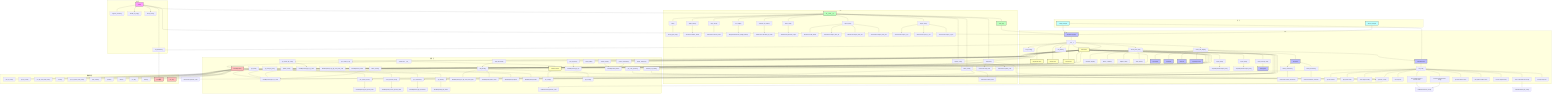
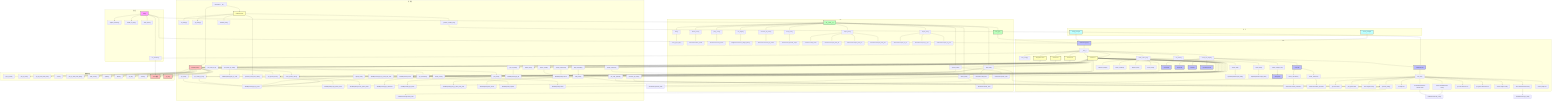
flowchart TD
    subgraph 主入口
        main["main()"] --> init_database["init_database()"]
        main --> register_services["register_services()"]
        main --> handle_cli_args["handle_cli_args()"]
        main --> show_menu["show_menu()"]
    end

    subgraph GUI
        VMTOOLPyQtApp["VMTOOLPyQtApp"] --> __init__["__init__()"]
        __init__ --> load_config["load_config()"]
        __init__ --> create_menu_bar["create_menu_bar()"]
        __init__ --> init_database
        __init__ --> DictService
        __init__ --> WeightCalculator
        __init__ --> FilterService
        __init__ --> StatsService
        __init__ --> set_theme["set_theme()"]
        __init__ --> create_tab_widget["create_tab_widget()"]

        create_menu_bar --> import_data["import_data()"]
        create_menu_bar --> export_data["export_data()"]
        create_menu_bar --> calculate_weight["calculate_weight()"]
        create_menu_bar --> detect_conflicts["detect_conflicts()"]
        create_menu_bar --> migrate_data["migrate_data()"]
        create_menu_bar --> show_about["show_about()"]

        import_data --> ImportExportTab.import_data["ImportExportTab.import_data()"]
        export_data --> ImportExportTab.export_data["ImportExportTab.export_data()"]

        create_tab_widget --> CharsTab["CharsTab"]
        create_tab_widget --> SpecialTab["SpecialTab"]
        create_tab_widget --> WordsTab["WordsTab"]
        create_tab_widget --> StatsTab["StatsTab"]
        create_tab_widget --> ImportExportTab["ImportExportTab"]
        create_tab_widget --> CodeRulesTab["CodeRulesTab"]
        create_tab_widget --> create_settings_tab["create_settings_tab()"]
        create_settings_tab --> SettingsTab["SettingsTab"]

        CharsTab --> search_characters_gui["search_characters()"]
        search_characters_gui --> DictService.search_characters

        CharsTab --> delete_character_gui["delete_character()"]
        delete_character_gui --> DictService.delete_character

        CodeRulesTab --> test_rule["test_rule()"]
        test_rule --> get_rule_content["get rule content"]
        test_rule --> get_python_mode["get python mode"]
        test_rule --> save_original_config["save original config"]
        test_rule --> save_codegen_config["save CodeGenerator config"]
        test_rule --> set_temp_rule["set temp rule"]
        test_rule --> set_codegen_custom["set CodeGenerator to custom mode"]
        test_rule --> generate_code["generate_code()"]
        test_rule --> get_rule_name["get rule name from UI"]
        test_rule --> get_ui_python_mode["get python mode from UI"]
        test_rule --> restore_original_config["restore original config"]
        test_rule --> restore_codegen_config["restore CodeGenerator config"]
        test_rule --> cleanup_temp_rule["cleanup temp rule"]
    end

    subgraph CLI
        CLI_Main["cli/__main__.py"] --> main_cli["main()"]
        main_cli --> show_typer_help["show_typer_help()"]

        CLI_Main --> add_word["add_word()"]
        CLI_Main --> delete_word["delete_word()"]
        CLI_Main --> delete_batch["delete_batch()"]
        CLI_Main --> query_word["query_word()"]
        CLI_Main --> set_weight["set_weight()"]
        CLI_Main --> replace_code["replace_code()"]
        CLI_Main --> calculate_all_codes_cli["calculate_all_codes()"]
        CLI_Main --> show_stats["show_stats()"]
        CLI_Main --> import_data_cli["import_data()"]
        CLI_Main --> export_data_cli["export_data()"]
        CLI_Main --> start_gui["start_gui()"]

        add_word --> DictService.add_word
        delete_word --> DictService.delete_word
        delete_batch --> DictService.delete_words
        query_word --> DictService.search_words
        set_weight --> WeightCalculator.set_weight_directly
        replace_code --> DictService.replace_code
        calculate_all_codes_cli --> DictService.calculate_all_codes
        show_stats --> StatsService.generate_report
        import_data_cli --> DictService.add_words
        import_data_cli --> FilterService.import_from_txt
        import_data_cli --> FilterService.import_from_csv
        import_data_cli --> FilterService.import_from_json
        export_data_cli --> FilterService.export_to_txt
        export_data_cli --> FilterService.export_to_csv
        export_data_cli --> FilterService.export_to_json
        start_gui --> VMTOOLPyQtApp
    end

    subgraph 服务层
        DictService["DictService"] --> __init__["__init__()"]
        DictService.__init__ --> WordRepository
        DictService.__init__ --> CodeGenerator

        DictService --> get_word["get_word()"]
        get_word --> WordRepository.get_by_word

        DictService --> get_word_by_text["get_word_by_text()"]
        get_word_by_text --> WordRepository.get_by_word

        DictService --> get_word_by_id["get_word_by_id()"]

        DictService --> get_words_by_code["get_words_by_code()"]
        get_words_by_code --> WordRepository.get_by_code

        DictService --> get_special_chars["get_special_chars()"]
        get_special_chars --> WordRepository.get_special_chars

        DictService --> count_special_chars["count_special_chars()"]
        count_special_chars --> WordRepository.count_special_chars

        DictService --> get_characters["get_characters()"]
        get_characters --> WordRepository.get_characters

        DictService --> get_words["get_words()"]
        get_words --> WordRepository.get_words

        DictService --> add_word["add_word()"]
        add_word --> generate_code["generate_code()"]
        generate_code --> CodeGenerator.generate_code
        add_word --> WordRepository.get_by_word_and_code
        add_word --> WordRepository.create

        DictService --> add_words["add_words()"]
        add_words --> generate_code
        add_words --> WordRepository.get_by_word_code_pairs
        add_words --> WordRepository.bulk_create

        DictService --> add_characters["add_characters()"]
        add_characters --> add_words

        DictService --> update_word["update_word()"]
        update_word --> WordRepository.get_by_word
        update_word --> WordRepository.update

        DictService --> delete_word["delete_word()"]
        delete_word --> WordRepository.get_by_word
        delete_word --> WordRepository.delete

        DictService --> delete_words["delete_words()"]
        delete_words --> WordRepository.get_by_word
        delete_words --> WordRepository.delete

        DictService --> delete_character["delete_character()"]
        delete_character --> delete_word

        DictService --> delete_table["delete_table()"]

        DictService --> replace_code["replace_code()"]
        replace_code --> update_word

        DictService --> get_all_words["get_all_words()"]
        get_all_words --> WordRepository.get_all

        DictService --> search_words["search_words()"]
        search_words --> WordRepository.search

        DictService --> search_characters["search_characters()"]
        search_characters --> WordRepository.search

        DictService --> get_code_preview["get_code_preview()"]
        get_code_preview --> generate_code

        DictService --> calculate_all_codes["calculate_all_codes()"]
        calculate_all_codes --> generate_code

        WeightCalculator["WeightCalculator"] --> WordRepository
        FilterService["FilterService"] --> WordRepository
        StatsService["StatsService"] --> WordRepository

        CodeGenerator["CodeGenerator"] --> set_config["set_config()"]
        CodeGenerator --> get_config["get_config()"]
+         CodeGenerator --> generate_code_from_chars["generate_code_from_chars()"]
+         CodeGenerator --> _execute_custom_rule["_execute_custom_rule()"]
+         CodeGenerator --> validate_code["validate_code()"]
    end

    subgraph 数据访问层
        WordRepository["WordRepository"] --> get_by_word["get_by_word()"]
        WordRepository --> get_by_code["get_by_code()"]
        WordRepository --> get_special_chars["get_special_chars()"]
        WordRepository --> count_special_chars["count_special_chars()"]
        WordRepository --> get_characters["get_characters()"]
        WordRepository --> get_words["get_words()"]
        WordRepository --> get_by_word_and_code["get_by_word_and_code()"]
        WordRepository --> create["create()"]
        WordRepository --> get_by_word_code_pairs["get_by_word_code_pairs()"]
        WordRepository --> bulk_create["bulk_create()"]
        WordRepository --> update["update()"]
        WordRepository --> delete["delete()"]
        WordRepository --> get_all["get_all()"]
        WordRepository --> search["search()"]

        WordRepository --> Word["Word模型"]
        WordRepository --> get_db["get_db()"]
        init_database --> Word
    end

    subgraph 核心
        config_manager["config_manager"] --> VMTOOLPyQtApp
        config_manager --> CodeRulesTab
        theme_manager["theme_manager"] --> VMTOOLPyQtApp
    end

    main --> CLI_Main
    main --> VMTOOLPyQtApp
    test_rule --> DictService.generate_code
    set_codegen_custom --> CodeGenerator.set_config
    save_codegen_config --> CodeGenerator.get_config
    restore_codegen_config --> CodeGenerator.set_config
+     generate_code_from_chars --> WordRepository.get_by_word
+     _execute_custom_rule --> config_manager

    classDef main fill:#f9f,stroke:#333,stroke-width:2px;
    classDef gui fill:#bbf,stroke:#333,stroke-width:2px;
    classDef cli fill:#bfb,stroke:#333,stroke-width:2px;
    classDef service fill:#ffb,stroke:#333,stroke-width:2px;
    classDef dal fill:#fbb,stroke:#333,stroke-width:2px;
    classDef core fill:#bff,stroke:#333,stroke-width:2px;

    class main main;
    class VMTOOLPyQtApp,CharsTab,SpecialTab,WordsTab,StatsTab,ImportExportTab,CodeRulesTab,SettingsTab gui;
    class CLI_Main,start_gui cli;
    class DictService,WeightCalculator,FilterService,StatsService,CodeGenerator service;
    class WordRepository,Word,get_db,dal dal;
    class config_manager,theme_manager core;